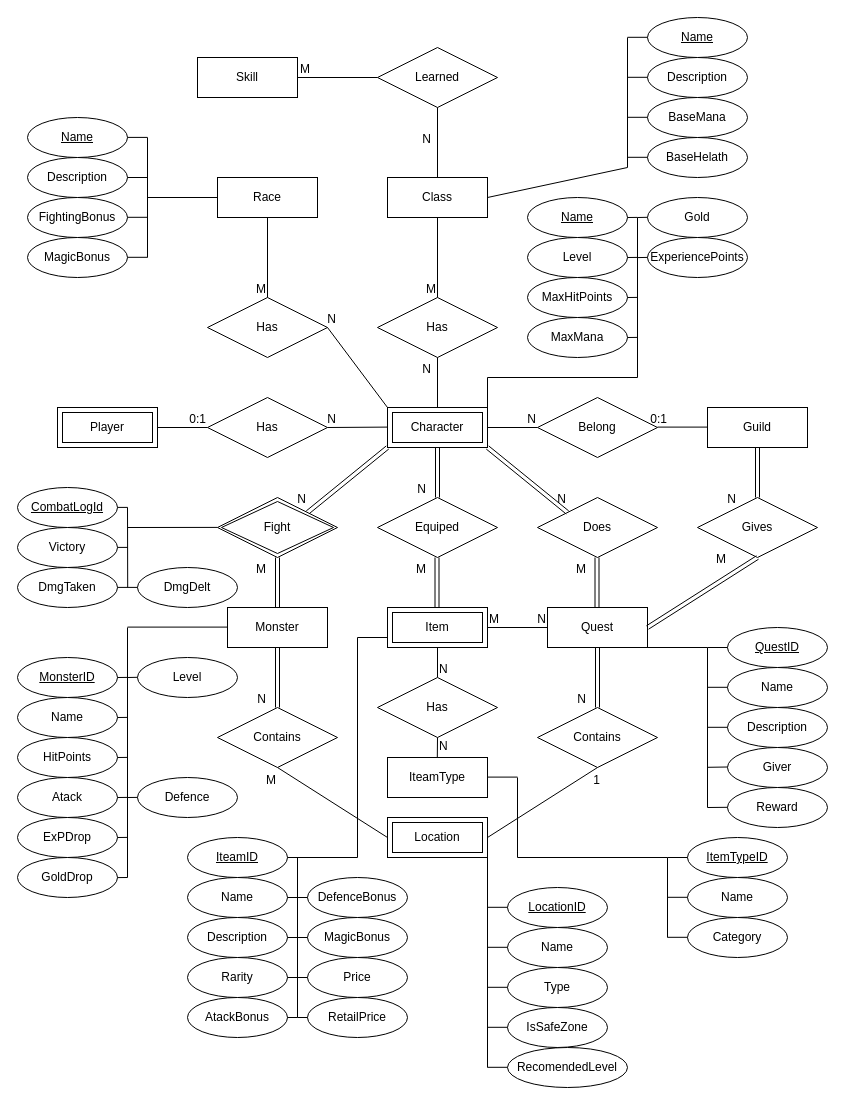
Before: erd_diagram.drawio in Kacprucha/ZSBD, a draw.io diagram. Source tidied: cells renumbered, new cells numbered last; positions are measured from the earlier drawing's top-left corner, leaving out a move shared by most shapes. Both pictures are drawn from the tidied source at 100%, with x=0, y=0 at pixel (17, 17).
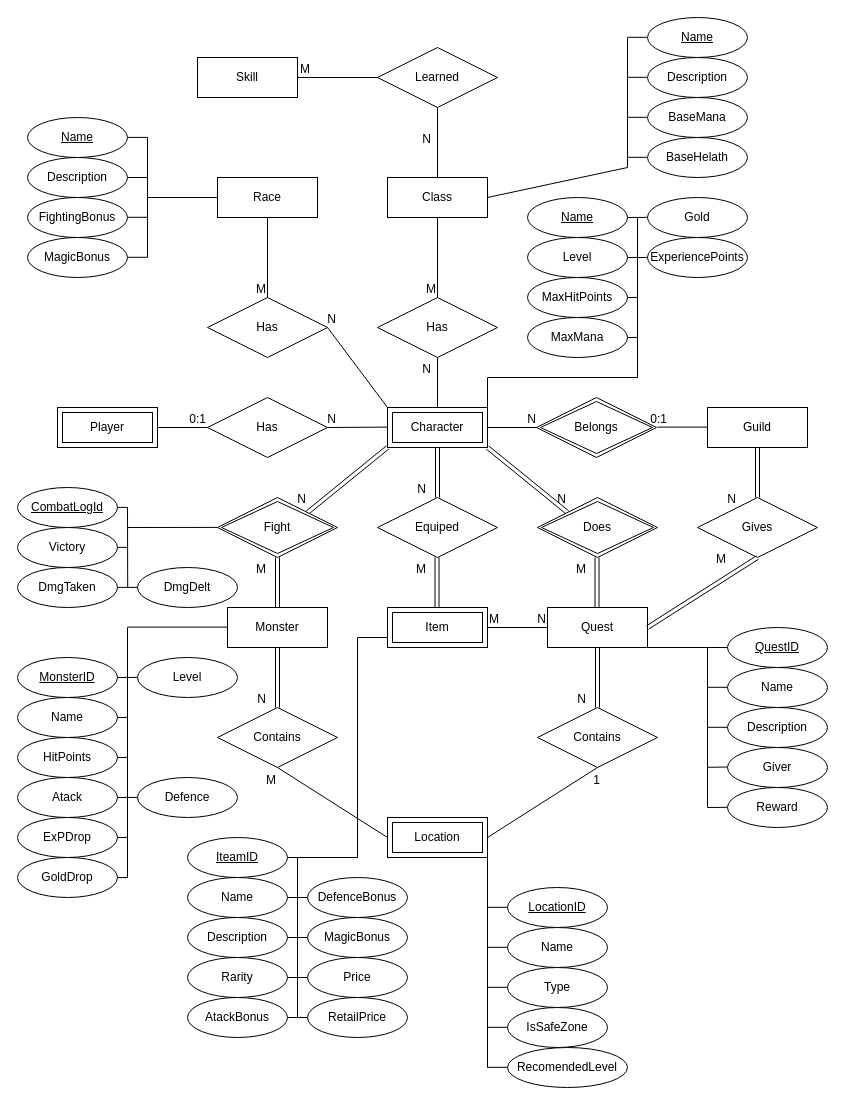
The same diagram, later.

Unchanged cells that the change refers to:
```xml
<mxCell id="3" value="Item" style="shape=ext;margin=3;double=1;whiteSpace=wrap;html=1;align=center;" parent="1" vertex="1">
  <mxGeometry x="370" y="590" width="100" height="40" as="geometry" />
</mxCell>
<mxCell id="11" value="&lt;span style=&quot;color: rgb(0, 0, 0);&quot;&gt;Character&lt;/span&gt;" style="shape=ext;margin=3;double=1;whiteSpace=wrap;html=1;align=center;" parent="1" vertex="1">
  <mxGeometry x="370" y="390" width="100" height="40" as="geometry" />
</mxCell>
```

What changed in the source:
```diff
@@
-    <mxCell id="7" value="IteamType" style="whiteSpace=wrap;html=1;align=center;" parent="1" vertex="1">
-      <mxGeometry x="370" y="740" width="100" height="40" as="geometry" />
-    </mxCell>
@@
-    <mxCell id="15" value="Does" style="shape=rhombus;perimeter=rhombusPerimeter;whiteSpace=wrap;html=1;align=center;" parent="1" vertex="1">
-      <mxGeometry x="520" y="480" width="120" height="60" as="geometry" />
-    </mxCell>
-    <mxCell id="16" style="shape=link;html=1;rounded=0;entryX=0;entryY=0;entryDx=0;entryDy=0;" parent="1" edge="1" target="15">
+    <mxCell id="16" style="shape=link;html=1;rounded=0;entryX=0;entryY=0;entryDx=0;entryDy=0;" parent="1" edge="1">
       <mxGeometry relative="1" as="geometry">
         <mxPoint x="470" y="430" as="sourcePoint" />
+        <mxPoint x="550" y="495" as="targetPoint" />
       </mxGeometry>
     </mxCell>
@@
-    <mxCell id="22" style="endArrow=none;html=1;rounded=0;exitX=0.5;exitY=1;exitDx=0;exitDy=0;entryX=0.5;entryY=0;entryDx=0;entryDy=0;" parent="1" edge="1" source="3" target="188">
-      <mxGeometry relative="1" as="geometry" />
-    </mxCell>
-    <mxCell id="23" value="N" style="html=1;whiteSpace=wrap;align=left;verticalAlign=bottom;" parent="22" vertex="1">
-      <mxGeometry x="-1" relative="1" as="geometry">
-        <mxPoint y="30" as="offset" />
-      </mxGeometry>
-    </mxCell>
@@
-    <mxCell id="116" value="ItemTypeID" style="ellipse;whiteSpace=wrap;html=1;align=center;fontStyle=4;" parent="1" vertex="1">
-      <mxGeometry x="670" y="820" width="100" height="40" as="geometry" />
-    </mxCell>
-    <mxCell id="117" value="Name" style="ellipse;whiteSpace=wrap;html=1;align=center;" parent="1" vertex="1">
-      <mxGeometry x="670" y="860" width="100" height="40" as="geometry" />
-    </mxCell>
-    <mxCell id="118" value="Category" style="ellipse;whiteSpace=wrap;html=1;align=center;" parent="1" vertex="1">
-      <mxGeometry x="670" y="900" width="100" height="40" as="geometry" />
-    </mxCell>
-    <mxCell id="119" style="endArrow=none;html=1;rounded=0;" parent="1" edge="1">
-      <mxGeometry relative="1" as="geometry">
-        <mxPoint x="650" y="840" as="sourcePoint" />
-        <mxPoint x="650" y="920" as="targetPoint" />
-      </mxGeometry>
-    </mxCell>
-    <mxCell id="120" style="endArrow=none;html=1;rounded=0;entryX=0;entryY=0.5;entryDx=0;entryDy=0;" parent="1" edge="1" target="116">
-      <mxGeometry relative="1" as="geometry">
-        <mxPoint x="650" y="840" as="sourcePoint" />
-      </mxGeometry>
-    </mxCell>
-    <mxCell id="121" style="endArrow=none;html=1;rounded=0;entryX=0;entryY=0.5;entryDx=0;entryDy=0;" parent="1" edge="1">
-      <mxGeometry relative="1" as="geometry">
-        <mxPoint x="650" y="879.8" as="sourcePoint" />
-        <mxPoint x="670" y="879.8" as="targetPoint" />
-      </mxGeometry>
-    </mxCell>
-    <mxCell id="122" style="endArrow=none;html=1;rounded=0;entryX=0;entryY=0.5;entryDx=0;entryDy=0;" parent="1" edge="1">
-      <mxGeometry relative="1" as="geometry">
-        <mxPoint x="650" y="919.8" as="sourcePoint" />
-        <mxPoint x="670" y="919.8" as="targetPoint" />
-      </mxGeometry>
-    </mxCell>
@@
-    <mxCell id="132" style="endArrow=none;html=1;rounded=0;entryX=0;entryY=0.5;entryDx=0;entryDy=0;" parent="1" edge="1">
-      <mxGeometry relative="1" as="geometry">
-        <mxPoint x="500" y="840" as="sourcePoint" />
-        <mxPoint x="650" y="840" as="targetPoint" />
-      </mxGeometry>
-    </mxCell>
-    <mxCell id="133" style="endArrow=none;html=1;rounded=0;" parent="1" edge="1">
-      <mxGeometry relative="1" as="geometry">
-        <mxPoint x="500" y="760" as="sourcePoint" />
-        <mxPoint x="500" y="840" as="targetPoint" />
-      </mxGeometry>
-    </mxCell>
-    <mxCell id="134" style="endArrow=none;html=1;rounded=0;exitX=1;exitY=0.75;exitDx=0;exitDy=0;" parent="1" edge="1">
-      <mxGeometry relative="1" as="geometry">
-        <mxPoint x="470" y="759.6" as="sourcePoint" />
-        <mxPoint x="500" y="759.6" as="targetPoint" />
-      </mxGeometry>
-    </mxCell>
@@
-    <mxCell id="183" value="Belong" style="shape=rhombus;perimeter=rhombusPerimeter;whiteSpace=wrap;html=1;align=center;" parent="1" vertex="1">
-      <mxGeometry x="520" y="380" width="120" height="60" as="geometry" />
-    </mxCell>
-    <mxCell id="184" style="endArrow=none;html=1;rounded=0;entryX=1;entryY=0.5;entryDx=0;entryDy=0;exitX=0;exitY=0.5;exitDx=0;exitDy=0;" parent="1" edge="1" source="183" target="11">
-      <mxGeometry relative="1" as="geometry" />
+    <mxCell id="184" style="endArrow=none;html=1;rounded=0;entryX=1;entryY=0.5;entryDx=0;entryDy=0;exitX=0;exitY=0.5;exitDx=0;exitDy=0;" parent="1" edge="1" target="11">
+      <mxGeometry relative="1" as="geometry">
+        <mxPoint x="520" y="410" as="sourcePoint" />
+      </mxGeometry>
     </mxCell>
@@
-    <mxCell id="188" value="Has" style="shape=rhombus;perimeter=rhombusPerimeter;whiteSpace=wrap;html=1;align=center;" parent="1" vertex="1">
-      <mxGeometry x="360" y="660" width="120" height="60" as="geometry" />
-    </mxCell>
-    <mxCell id="189" style="endArrow=none;html=1;rounded=0;entryX=0.5;entryY=0;entryDx=0;entryDy=0;" parent="1" edge="1">
-      <mxGeometry relative="1" as="geometry">
-        <mxPoint x="420" y="720" as="sourcePoint" />
-        <mxPoint x="419.8" y="740" as="targetPoint" />
-      </mxGeometry>
-    </mxCell>
-    <mxCell id="190" value="N" style="html=1;whiteSpace=wrap;align=left;verticalAlign=bottom;" parent="189" vertex="1">
-      <mxGeometry x="-1" relative="1" as="geometry">
-        <mxPoint y="17" as="offset" />
-      </mxGeometry>
-    </mxCell>
@@
+    <mxCell id="15" value="Does" style="shape=rhombus;double=1;perimeter=rhombusPerimeter;whiteSpace=wrap;html=1;align=center;" parent="1" vertex="1">
+      <mxGeometry x="520" y="480" width="120" height="60" as="geometry" />
+    </mxCell>
+    <mxCell id="193" value="Belongs" style="shape=rhombus;double=1;perimeter=rhombusPerimeter;whiteSpace=wrap;html=1;align=center;" parent="1" vertex="1">
+      <mxGeometry x="519" y="380" width="120" height="60" as="geometry" />
+    </mxCell>
```
